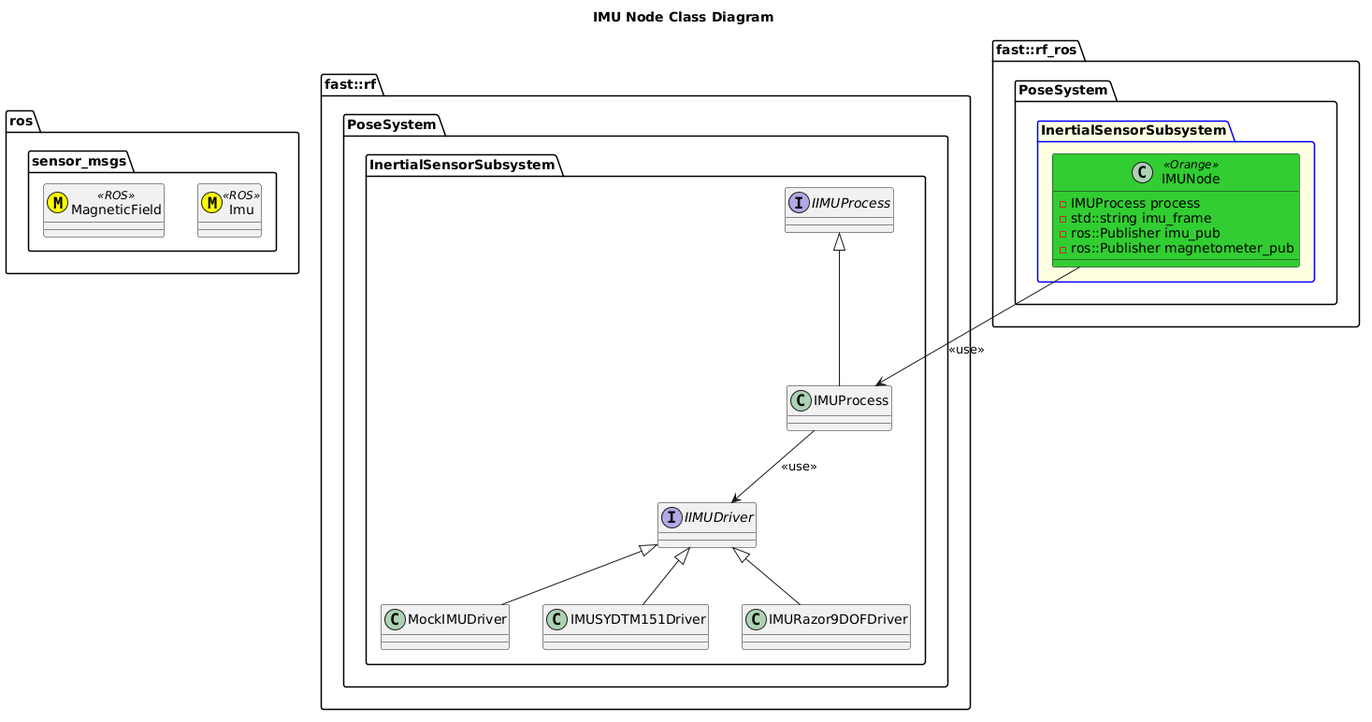
The PlantUML diagram Systems/Pose/Subsystems/InertialSensor/Nodes/IMU/doc/puml/IMUNodeClassDiagram.png in fastrobotics/robot_framework_ros, before a commit. Source of this version:
```plantuml
@startuml
title IMU Node Class Diagram

namespace ros {
    namespace sensor_msgs {
        class Imu <<(M,#FFFF00)>> <<ROS>>
        class MagneticField <<(M,#FFFF00)>> <<ROS>>
    }
}
namespace fast::rf {
    namespace PoseSystem {
        namespace InertialSensorSubsystem {
            interface IIMUProcess
            class IMUProcess
            IMUProcess -up-|> IIMUProcess
            interface IIMUDriver
            IMUProcess --> IIMUDriver: <<use>>
            class MockIMUDriver
            MockIMUDriver -up-|> IIMUDriver
            class IMUSYDTM151Driver
            IMUSYDTM151Driver -up-|> IIMUDriver
            class IMURazor9DOFDriver
            IMURazor9DOFDriver -up-|> IIMUDriver

        }
    }
}
namespace fast::rf_ros {
   namespace PoseSystem {
        package InertialSensorSubsystem #LightYellow;line:blue {
            class IMUNode <<Orange>> #LimeGreen {
                -IMUProcess process
                -std::string imu_frame
                -ros::Publisher imu_pub
                -ros::Publisher magnetometer_pub
            }
            IMUNode --> IMUProcess: <<use>>
        }
    }
}
@enduml
```
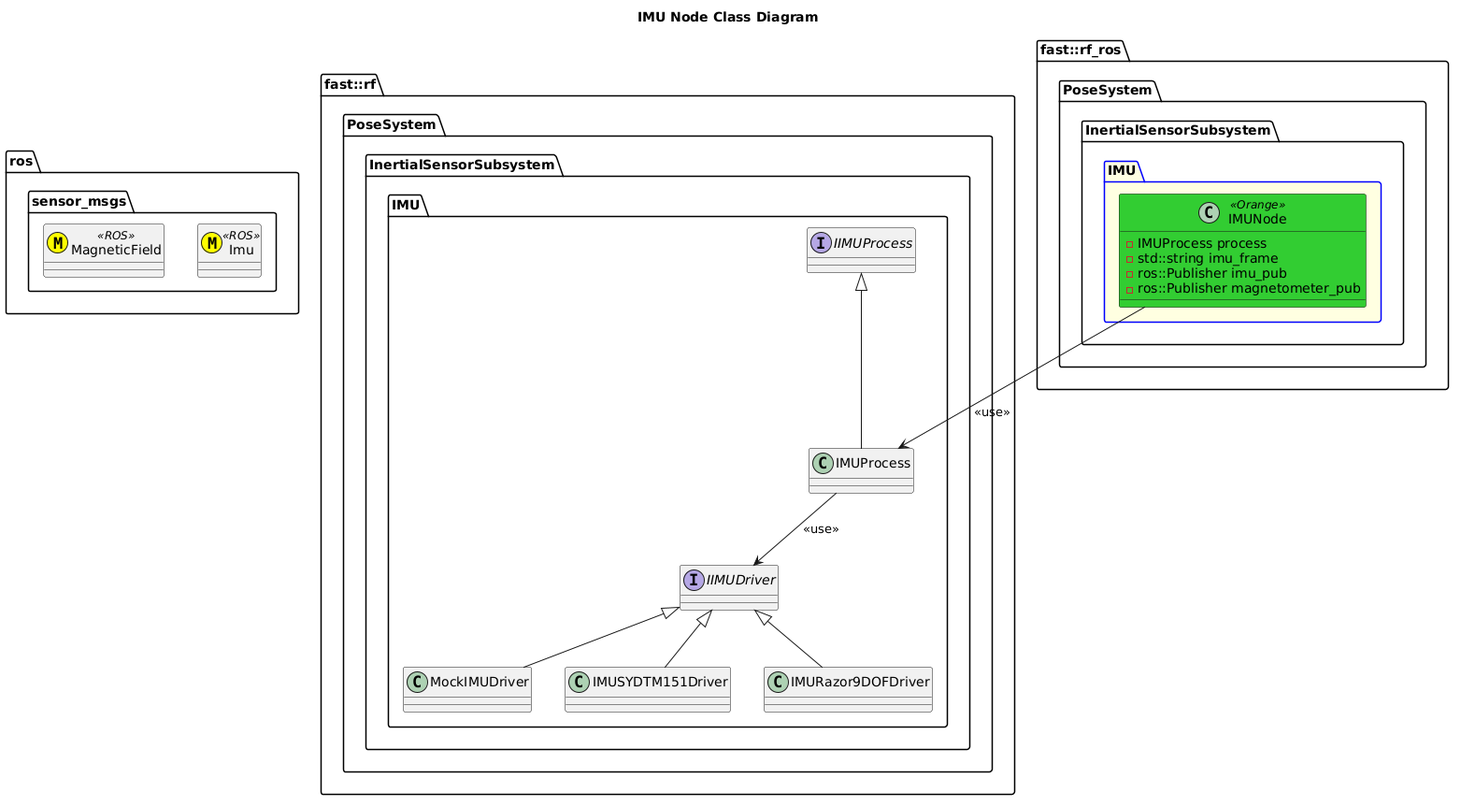
Above is the later version.

The edit, as a diff of the source:
```diff
@@ -10,31 +10,35 @@
 namespace fast::rf {
     namespace PoseSystem {
         namespace InertialSensorSubsystem {
-            interface IIMUProcess
-            class IMUProcess
-            IMUProcess -up-|> IIMUProcess
-            interface IIMUDriver
-            IMUProcess --> IIMUDriver: <<use>>
-            class MockIMUDriver
-            MockIMUDriver -up-|> IIMUDriver
-            class IMUSYDTM151Driver
-            IMUSYDTM151Driver -up-|> IIMUDriver
-            class IMURazor9DOFDriver
-            IMURazor9DOFDriver -up-|> IIMUDriver
+            namespace IMU {
+                interface IIMUProcess
+                class IMUProcess
+                IMUProcess -up-|> IIMUProcess
+                interface IIMUDriver
+                IMUProcess --> IIMUDriver: <<use>>
+                class MockIMUDriver
+                MockIMUDriver -up-|> IIMUDriver
+                class IMUSYDTM151Driver
+                IMUSYDTM151Driver -up-|> IIMUDriver
+                class IMURazor9DOFDriver
+                IMURazor9DOFDriver -up-|> IIMUDriver
+            }
 
         }
     }
 }
 namespace fast::rf_ros {
    namespace PoseSystem {
-        package InertialSensorSubsystem #LightYellow;line:blue {
-            class IMUNode <<Orange>> #LimeGreen {
-                -IMUProcess process
-                -std::string imu_frame
-                -ros::Publisher imu_pub
-                -ros::Publisher magnetometer_pub
+        namespace InertialSensorSubsystem {
+            package IMU #LightYellow;line:blue {
+                class IMUNode <<Orange>> #LimeGreen {
+                    -IMUProcess process
+                    -std::string imu_frame
+                    -ros::Publisher imu_pub
+                    -ros::Publisher magnetometer_pub
+                }
+                IMUNode --> IMUProcess: <<use>>
             }
-            IMUNode --> IMUProcess: <<use>>
         }
     }
 }
```
